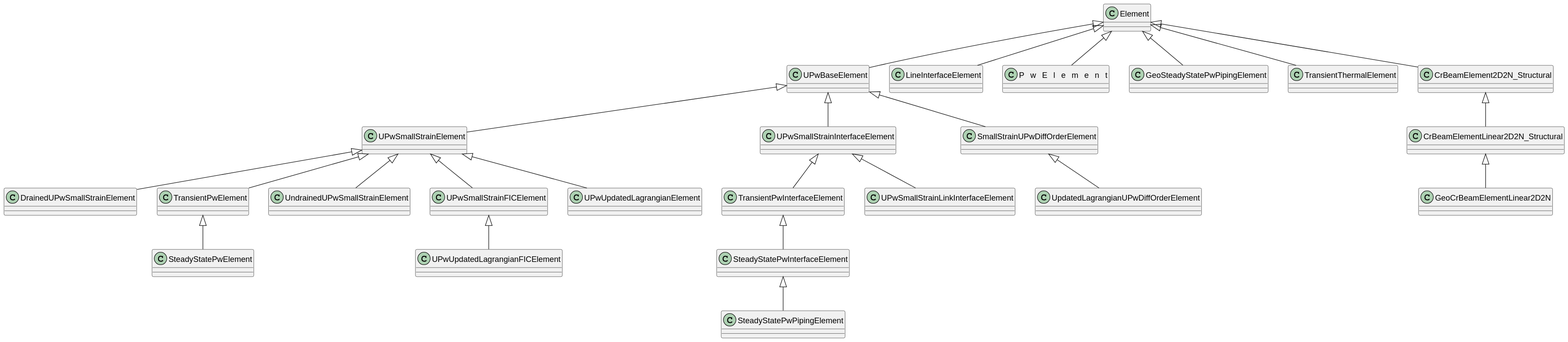
Before: applications/GeoMechanicsApplication/custom_elements/element_hierarchy.svg, a diagram exported from PlantUML (KratosMultiphysics/Kratos).
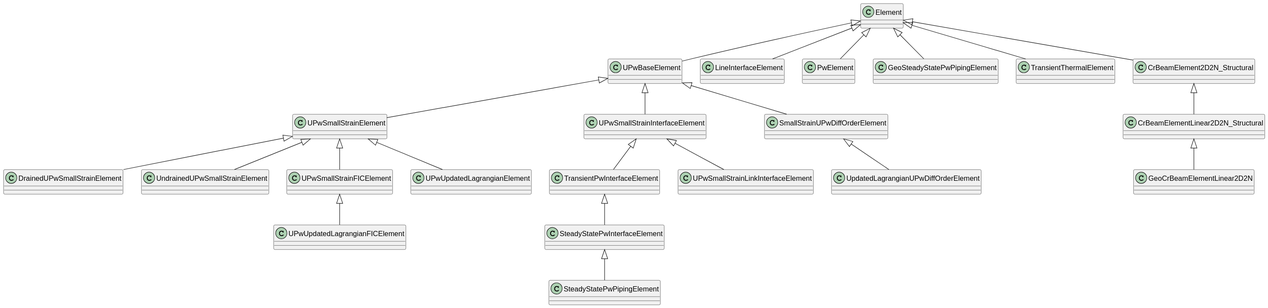
The same file after the commit.

Commit message:
updated element_hierarchy

What changed in the source:
```diff
@@ -6,8 +6,6 @@
 
 class UPwSmallStrainElement
 class DrainedUPwSmallStrainElement
-class TransientPwElement
-class SteadyStatePwElement
 class UndrainedUPwSmallStrainElement
 class UPwSmallStrainFICElement
 class UPwUpdatedLagrangianFICElement
@@ -23,8 +21,6 @@
 UPwBaseElement <|-- UPwSmallStrainElement
 
 UPwSmallStrainElement <|-- DrainedUPwSmallStrainElement
-UPwSmallStrainElement <|-- TransientPwElement
-TransientPwElement <|-- SteadyStatePwElement
 UPwSmallStrainElement <|-- UndrainedUPwSmallStrainElement
 UPwSmallStrainElement <|-- UPwSmallStrainFICElement
 UPwSmallStrainFICElement <|-- UPwUpdatedLagrangianFICElement
@@ -45,10 +41,10 @@
 class LineInterfaceElement
 Element <|-- LineInterfaceElement
 
-class TransientPwLineElement
+class PwElement
 class GeoSteadyStatePwPipingElement
 
-Element <|-- TransientPwLineElement
+Element <|-- PwElement
 Element <|-- GeoSteadyStatePwPipingElement
 
 class TransientThermalElement
```
